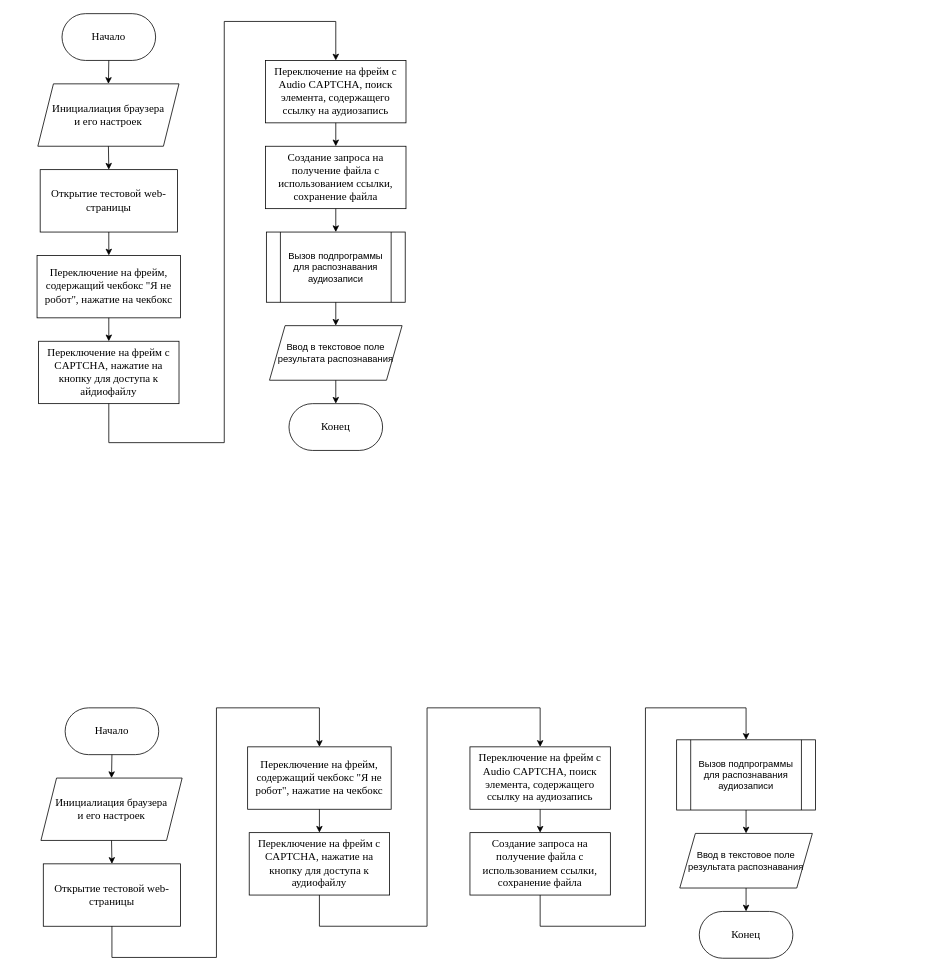
The draw.io diagram 1_course_master/НИР (2 семестр)/Блок-схема тестового автоматизатора.drawio in Alexxxander-Laptev/university_projects, before the edit. Source tidied: cells renumbered, new cells numbered last; positions are measured from the earlier drawing's top-left corner, leaving out a move shared by most shapes. Both pictures are drawn from the tidied source at 78%, with x=0, y=0 at pixel (37, 13).
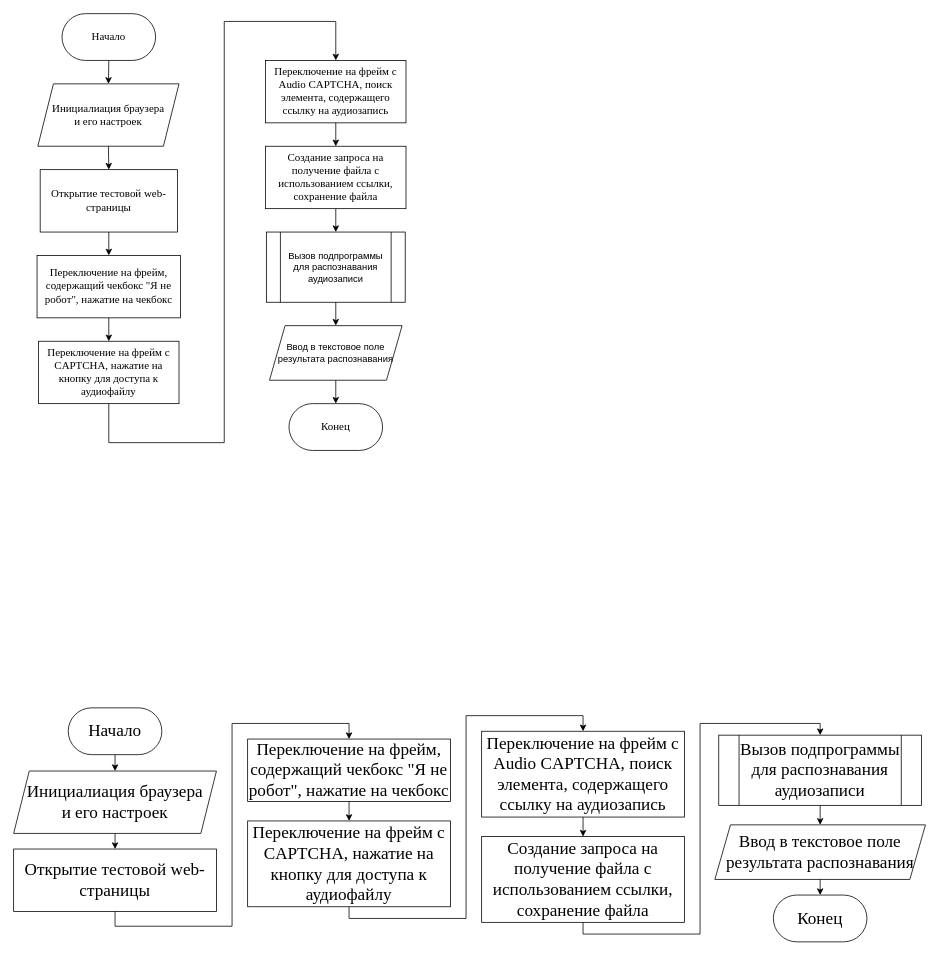
After the change.

What changed in the source:
```diff
@@
-    <mxCell id="7" value="&lt;font style=&quot;font-size: 14px;&quot; face=&quot;Times New Roman&quot;&gt;Переключение на фрейм с CAPTCHA, нажатие на кнопку для доступа к айдиофайлу&lt;/font&gt;" style="rounded=0;whiteSpace=wrap;html=1;" parent="1" vertex="1">
+    <mxCell id="7" value="&lt;font style=&quot;font-size: 14px;&quot; face=&quot;Times New Roman&quot;&gt;Переключение на фрейм с CAPTCHA, нажатие на кнопку для доступа к аудиофайлу&lt;/font&gt;" style="rounded=0;whiteSpace=wrap;html=1;" parent="1" vertex="1">
       <mxGeometry x="2" y="420" width="180" height="80" as="geometry" />
     </mxCell>
@@
-    <mxCell id="21" value="&lt;font face=&quot;Times New Roman&quot; style=&quot;font-size: 14px;&quot;&gt;Начало&lt;/font&gt;" style="rounded=1;whiteSpace=wrap;html=1;arcSize=50;" parent="1" vertex="1">
-      <mxGeometry x="36" y="890" width="120" height="60" as="geometry" />
+    <mxCell id="21" value="&lt;font&gt;Начало&lt;/font&gt;" style="rounded=1;whiteSpace=wrap;html=1;arcSize=50;fontFamily=Times New Roman;fontSize=22;" parent="1" vertex="1">
+      <mxGeometry x="40" y="890" width="120" height="60" as="geometry" />
     </mxCell>
-    <mxCell id="22" value="&lt;font style=&quot;font-size: 14px;&quot; face=&quot;Times New Roman&quot;&gt;Конец&lt;/font&gt;" style="rounded=1;whiteSpace=wrap;html=1;arcSize=50;" parent="1" vertex="1">
-      <mxGeometry x="849" y="1151" width="120" height="60" as="geometry" />
+    <mxCell id="22" value="&lt;font&gt;Конец&lt;/font&gt;" style="rounded=1;whiteSpace=wrap;html=1;arcSize=50;fontFamily=Times New Roman;fontSize=22;" parent="1" vertex="1">
+      <mxGeometry x="944" y="1130" width="120" height="60" as="geometry" />
     </mxCell>
-    <mxCell id="23" value="&lt;font style=&quot;font-size: 14px;&quot; face=&quot;Times New Roman&quot;&gt;Инициалиация браузера&lt;/font&gt;&lt;div&gt;&lt;font style=&quot;font-size: 14px;&quot; face=&quot;Times New Roman&quot;&gt;и его настроек&lt;/font&gt;&lt;/div&gt;" style="shape=parallelogram;perimeter=parallelogramPerimeter;whiteSpace=wrap;html=1;fixedSize=1;" parent="1" vertex="1">
-      <mxGeometry x="5" y="980" width="181" height="80" as="geometry" />
+    <mxCell id="23" value="&lt;font&gt;Инициалиация браузера&lt;/font&gt;&lt;div&gt;&lt;font&gt;и его настроек&lt;/font&gt;&lt;/div&gt;" style="shape=parallelogram;perimeter=parallelogramPerimeter;whiteSpace=wrap;html=1;fixedSize=1;fontFamily=Times New Roman;fontSize=22;" parent="1" vertex="1">
+      <mxGeometry x="-30" y="971" width="260" height="80" as="geometry" />
     </mxCell>
-    <mxCell id="24" value="&lt;font face=&quot;Times New Roman&quot; style=&quot;font-size: 14px;&quot;&gt;Открытие тестовой web-страницы&lt;/font&gt;" style="rounded=0;whiteSpace=wrap;html=1;" parent="1" vertex="1">
-      <mxGeometry x="8" y="1090" width="176" height="80" as="geometry" />
+    <mxCell id="24" value="&lt;font&gt;Открытие тестовой web-страницы&lt;/font&gt;" style="rounded=0;whiteSpace=wrap;html=1;fontFamily=Times New Roman;fontSize=22;" parent="1" vertex="1">
+      <mxGeometry x="-30" y="1071" width="260" height="80" as="geometry" />
     </mxCell>
-    <mxCell id="25" value="&lt;font face=&quot;Times New Roman&quot; style=&quot;font-size: 14px;&quot;&gt;Переключение на фрейм, содержащий чекбокс &quot;Я не робот&quot;, нажатие на чекбокс&lt;/font&gt;" style="rounded=0;whiteSpace=wrap;html=1;" parent="1" vertex="1">
-      <mxGeometry x="270" y="940" width="184" height="80" as="geometry" />
+    <mxCell id="25" value="&lt;font&gt;Переключение на фрейм, содержащий чекбокс &quot;Я не робот&quot;, нажатие на чекбокс&lt;/font&gt;" style="rounded=0;whiteSpace=wrap;html=1;fontFamily=Times New Roman;fontSize=22;" parent="1" vertex="1">
+      <mxGeometry x="270" y="930" width="260" height="80" as="geometry" />
     </mxCell>
-    <mxCell id="26" value="&lt;font style=&quot;font-size: 14px;&quot; face=&quot;Times New Roman&quot;&gt;Переключение на фрейм с CAPTCHA, нажатие на кнопку для доступа к аудиофайлу&lt;/font&gt;" style="rounded=0;whiteSpace=wrap;html=1;" parent="1" vertex="1">
-      <mxGeometry x="272" y="1050" width="180" height="80" as="geometry" />
+    <mxCell id="26" value="&lt;font&gt;Переключение на фрейм с CAPTCHA, нажатие на кнопку для доступа к аудиофайлу&lt;/font&gt;" style="rounded=0;whiteSpace=wrap;html=1;fontFamily=Times New Roman;fontSize=22;" parent="1" vertex="1">
+      <mxGeometry x="270" y="1035" width="260" height="110" as="geometry" />
     </mxCell>
-    <mxCell id="27" value="&lt;font style=&quot;font-size: 14px;&quot; face=&quot;Times New Roman&quot;&gt;Переключение на фрейм с Audio CAPTCHA, поиск элемента, содержащего ссылку на аудиозапись&lt;/font&gt;" style="rounded=0;whiteSpace=wrap;html=1;" parent="1" vertex="1">
-      <mxGeometry x="555" y="940" width="180" height="80" as="geometry" />
+    <mxCell id="27" value="&lt;font&gt;Переключение на фрейм с Audio CAPTCHA, поиск элемента, содержащего ссылку на аудиозапись&lt;/font&gt;" style="rounded=0;whiteSpace=wrap;html=1;fontFamily=Times New Roman;fontSize=22;" parent="1" vertex="1">
+      <mxGeometry x="570" y="920" width="260" height="110" as="geometry" />
     </mxCell>
-    <mxCell id="28" value="&lt;font style=&quot;font-size: 14px;&quot; face=&quot;Times New Roman&quot;&gt;Создание запроса на получение файла с использованием ссылки, сохранение файла&lt;/font&gt;" style="rounded=0;whiteSpace=wrap;html=1;" parent="1" vertex="1">
-      <mxGeometry x="555" y="1050" width="180" height="80" as="geometry" />
+    <mxCell id="28" value="&lt;font&gt;Создание запроса на получение файла с использованием ссылки, сохранение файла&lt;/font&gt;" style="rounded=0;whiteSpace=wrap;html=1;fontFamily=Times New Roman;fontSize=22;" parent="1" vertex="1">
+      <mxGeometry x="570" y="1055" width="260" height="110" as="geometry" />
     </mxCell>
-    <mxCell id="29" value="Вызов подпрограммы для распознавания аудиозаписи" style="shape=process;whiteSpace=wrap;html=1;backgroundOutline=1;" parent="1" vertex="1">
-      <mxGeometry x="820" y="931" width="178" height="90" as="geometry" />
+    <mxCell id="29" value="Вызов подпрограммы для распознавания аудиозаписи" style="shape=process;whiteSpace=wrap;html=1;backgroundOutline=1;fontFamily=Times New Roman;fontSize=22;" parent="1" vertex="1">
+      <mxGeometry x="874" y="925" width="260" height="90" as="geometry" />
     </mxCell>
-    <mxCell id="30" value="Ввод в текстовое поле результата распознавания" style="shape=parallelogram;perimeter=parallelogramPerimeter;whiteSpace=wrap;html=1;fixedSize=1;" parent="1" vertex="1">
-      <mxGeometry x="824" y="1051" width="170" height="70" as="geometry" />
+    <mxCell id="30" value="Ввод в текстовое поле результата распознавания" style="shape=parallelogram;perimeter=parallelogramPerimeter;whiteSpace=wrap;html=1;fixedSize=1;fontFamily=Times New Roman;fontSize=22;" parent="1" vertex="1">
+      <mxGeometry x="869" y="1040" width="270" height="70" as="geometry" />
     </mxCell>
-    <mxCell id="31" style="endArrow=classic;html=1;rounded=0;exitX=0.5;exitY=1;exitDx=0;exitDy=0;entryX=0.5;entryY=0;entryDx=0;entryDy=0;" parent="1" edge="1" source="21" target="23">
+    <mxCell id="31" style="endArrow=classic;html=1;rounded=0;exitX=0.5;exitY=1;exitDx=0;exitDy=0;entryX=0.5;entryY=0;entryDx=0;entryDy=0;fontFamily=Times New Roman;fontSize=22;" parent="1" edge="1" source="21" target="23">
       <mxGeometry relative="1" as="geometry" />
     </mxCell>
-    <mxCell id="32" style="endArrow=classic;html=1;rounded=0;exitX=0.5;exitY=1;exitDx=0;exitDy=0;entryX=0.5;entryY=0;entryDx=0;entryDy=0;" parent="1" edge="1" source="23" target="24">
+    <mxCell id="32" style="endArrow=classic;html=1;rounded=0;exitX=0.5;exitY=1;exitDx=0;exitDy=0;entryX=0.5;entryY=0;entryDx=0;entryDy=0;fontFamily=Times New Roman;fontSize=22;" parent="1" edge="1" source="23" target="24">
       <mxGeometry relative="1" as="geometry" />
     </mxCell>
-    <mxCell id="33" style="endArrow=classic;html=1;rounded=0;exitX=0.5;exitY=1;exitDx=0;exitDy=0;entryX=0.5;entryY=0;entryDx=0;entryDy=0;" parent="1" edge="1" source="24" target="25">
+    <mxCell id="33" style="endArrow=classic;html=1;rounded=0;exitX=0.5;exitY=1;exitDx=0;exitDy=0;entryX=0.5;entryY=0;entryDx=0;entryDy=0;fontFamily=Times New Roman;fontSize=22;" parent="1" edge="1" source="24" target="25">
       <mxGeometry relative="1" as="geometry">
         <Array as="points">
-          <mxPoint x="96" y="1210" />
-          <mxPoint x="230" y="1210" />
-          <mxPoint x="230" y="890" />
-          <mxPoint x="362" y="890" />
+          <mxPoint x="100" y="1170" />
+          <mxPoint x="250" y="1170" />
+          <mxPoint x="250" y="910" />
+          <mxPoint x="400" y="910" />
         </Array>
       </mxGeometry>
     </mxCell>
-    <mxCell id="34" style="endArrow=classic;html=1;rounded=0;exitX=0.5;exitY=1;exitDx=0;exitDy=0;entryX=0.5;entryY=0;entryDx=0;entryDy=0;" parent="1" edge="1" source="25" target="26">
+    <mxCell id="34" style="endArrow=classic;html=1;rounded=0;exitX=0.5;exitY=1;exitDx=0;exitDy=0;entryX=0.5;entryY=0;entryDx=0;entryDy=0;fontFamily=Times New Roman;fontSize=22;" parent="1" edge="1" source="25" target="26">
       <mxGeometry relative="1" as="geometry" />
     </mxCell>
-    <mxCell id="35" style="endArrow=classic;html=1;rounded=0;exitX=0.5;exitY=1;exitDx=0;exitDy=0;entryX=0.5;entryY=0;entryDx=0;entryDy=0;" parent="1" edge="1" source="27" target="28">
+    <mxCell id="35" style="endArrow=classic;html=1;rounded=0;exitX=0.5;exitY=1;exitDx=0;exitDy=0;entryX=0.5;entryY=0;entryDx=0;entryDy=0;fontFamily=Times New Roman;fontSize=22;" parent="1" edge="1" source="27" target="28">
       <mxGeometry relative="1" as="geometry" />
     </mxCell>
-    <mxCell id="36" style="endArrow=classic;html=1;rounded=0;exitX=0.5;exitY=1;exitDx=0;exitDy=0;entryX=0.5;entryY=0;entryDx=0;entryDy=0;" parent="1" edge="1" source="28" target="29">
+    <mxCell id="36" style="endArrow=classic;html=1;rounded=0;exitX=0.5;exitY=1;exitDx=0;exitDy=0;entryX=0.5;entryY=0;entryDx=0;entryDy=0;fontFamily=Times New Roman;fontSize=22;" parent="1" edge="1" source="28" target="29">
       <mxGeometry relative="1" as="geometry">
         <Array as="points">
-          <mxPoint x="645" y="1170" />
-          <mxPoint x="780" y="1170" />
-          <mxPoint x="780" y="890" />
-          <mxPoint x="909" y="890" />
+          <mxPoint x="700" y="1180" />
+          <mxPoint x="850" y="1180" />
+          <mxPoint x="850" y="910" />
+          <mxPoint x="1004" y="910" />
         </Array>
       </mxGeometry>
     </mxCell>
-    <mxCell id="37" style="endArrow=classic;html=1;rounded=0;exitX=0.5;exitY=1;exitDx=0;exitDy=0;entryX=0.5;entryY=0;entryDx=0;entryDy=0;" parent="1" edge="1" source="29" target="30">
+    <mxCell id="37" style="endArrow=classic;html=1;rounded=0;exitX=0.5;exitY=1;exitDx=0;exitDy=0;entryX=0.5;entryY=0;entryDx=0;entryDy=0;fontFamily=Times New Roman;fontSize=22;" parent="1" edge="1" source="29" target="30">
       <mxGeometry relative="1" as="geometry" />
     </mxCell>
-    <mxCell id="38" style="endArrow=classic;html=1;rounded=0;exitX=0.5;exitY=1;exitDx=0;exitDy=0;entryX=0.5;entryY=0;entryDx=0;entryDy=0;" parent="1" edge="1" source="30" target="22">
+    <mxCell id="38" style="endArrow=classic;html=1;rounded=0;exitX=0.5;exitY=1;exitDx=0;exitDy=0;entryX=0.5;entryY=0;entryDx=0;entryDy=0;fontFamily=Times New Roman;fontSize=22;" parent="1" edge="1" source="30" target="22">
       <mxGeometry relative="1" as="geometry" />
     </mxCell>
-    <mxCell id="39" style="endArrow=classic;html=1;rounded=0;exitX=0.5;exitY=1;exitDx=0;exitDy=0;entryX=0.5;entryY=0;entryDx=0;entryDy=0;" parent="1" edge="1" source="26" target="27">
+    <mxCell id="39" style="endArrow=classic;html=1;rounded=0;exitX=0.5;exitY=1;exitDx=0;exitDy=0;entryX=0.5;entryY=0;entryDx=0;entryDy=0;fontFamily=Times New Roman;fontSize=22;" parent="1" edge="1" source="26" target="27">
       <mxGeometry relative="1" as="geometry">
         <Array as="points">
-          <mxPoint x="362" y="1170" />
-          <mxPoint x="500" y="1170" />
-          <mxPoint x="500" y="890" />
-          <mxPoint x="645" y="890" />
+          <mxPoint x="400" y="1160" />
+          <mxPoint x="550" y="1160" />
+          <mxPoint x="550" y="900" />
+          <mxPoint x="700" y="900" />
         </Array>
       </mxGeometry>
     </mxCell>
```
